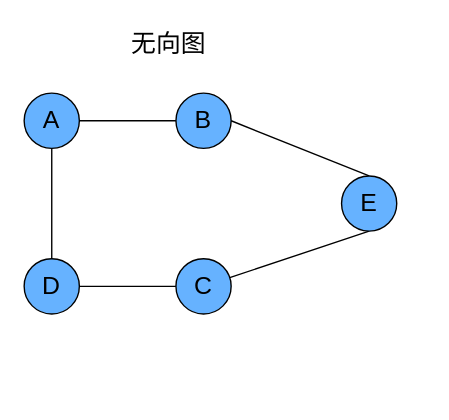
Above: files/data_structure/graph/无向图.drawio in weizhiqimail/draw.io.repo (draw.io), before the change. Source tidied: cells renumbered, new cells numbered last; positions are measured from the earlier drawing's top-left corner, leaving out a move shared by most shapes. Both pictures are drawn from the tidied source at 138%, with x=0, y=0 at pixel (23, 23).
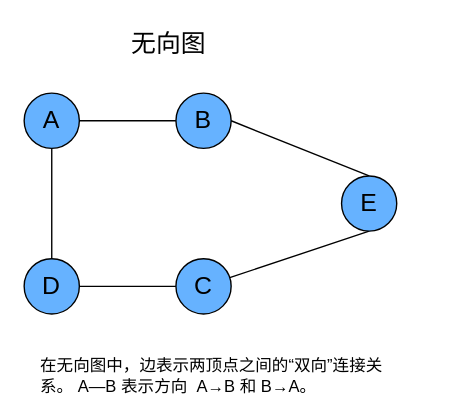
The same diagram, later.

Commit message (it also covers changes not shown here):
更新无向图.drawio

What changed in the source:
```diff
@@
 <mxGraphModel>
   <root>
     <mxCell id="0" />
     <mxCell id="1" parent="0" />
     <mxCell id="2" style="rounded=0;jettySize=auto;html=1;endArrow=none;startFill=0;" parent="1" edge="1" source="4" target="5">
       <mxGeometry relative="1" as="geometry" />
     </mxCell>
     <mxCell id="3" style="edgeStyle=none;rounded=0;jettySize=auto;html=1;endArrow=none;startFill=0;" parent="1" edge="1" source="4" target="7">
       <mxGeometry relative="1" as="geometry" />
     </mxCell>
     <mxCell id="4" value="&lt;font style=&quot;color: rgb(0, 0, 0); font-size: 18px;&quot;&gt;A&lt;/font&gt;" style="ellipse;whiteSpace=wrap;html=1;fillColor=#66B2FF;" parent="1" vertex="1">
       <mxGeometry y="50" width="40" height="40" as="geometry" />
     </mxCell>
     <mxCell id="5" value="&lt;font style=&quot;color: rgb(0, 0, 0); font-size: 18px;&quot;&gt;B&lt;/font&gt;" style="ellipse;whiteSpace=wrap;html=1;fillColor=#66B2FF;" parent="1" vertex="1">
       <mxGeometry x="110" y="50" width="40" height="40" as="geometry" />
     </mxCell>
     <mxCell id="6" style="edgeStyle=none;rounded=0;jettySize=auto;html=1;endArrow=none;startFill=0;" parent="1" edge="1" source="7" target="9">
       <mxGeometry relative="1" as="geometry" />
     </mxCell>
     <mxCell id="7" value="&lt;font style=&quot;color: rgb(0, 0, 0); font-size: 18px;&quot;&gt;D&lt;/font&gt;" style="ellipse;whiteSpace=wrap;html=1;fillColor=#66B2FF;" parent="1" vertex="1">
       <mxGeometry y="170" width="40" height="40" as="geometry" />
     </mxCell>
     <mxCell id="8" style="rounded=0;jettySize=auto;html=1;entryX=0.5;entryY=1;entryDx=0;entryDy=0;endArrow=none;startFill=0;" parent="1" edge="1" source="9" target="12">
       <mxGeometry relative="1" as="geometry" />
     </mxCell>
     <mxCell id="9" value="&lt;font style=&quot;color: rgb(0, 0, 0); font-size: 18px;&quot;&gt;C&lt;/font&gt;" style="ellipse;whiteSpace=wrap;html=1;fillColor=#66B2FF;" parent="1" vertex="1">
       <mxGeometry x="110" y="170" width="40" height="40" as="geometry" />
     </mxCell>
     <mxCell id="10" value="&lt;font style=&quot;font-size: 18px;&quot;&gt;无向图&lt;/font&gt;" style="text;html=1;align=center;verticalAlign=middle;whiteSpace=wrap;rounded=0;" parent="1" vertex="1">
       <mxGeometry x="40" width="130" height="30" as="geometry" />
     </mxCell>
     <mxCell id="11" style="rounded=0;jettySize=auto;html=1;exitX=0.5;exitY=0;exitDx=0;exitDy=0;entryX=1;entryY=0.5;entryDx=0;entryDy=0;endArrow=none;startFill=0;" parent="1" edge="1" source="12" target="5">
       <mxGeometry relative="1" as="geometry" />
     </mxCell>
     <mxCell id="12" value="&lt;span style=&quot;font-size: 18px;&quot;&gt;E&lt;/span&gt;" style="ellipse;whiteSpace=wrap;html=1;fillColor=#66B2FF;" parent="1" vertex="1">
       <mxGeometry x="230" y="110" width="40" height="40" as="geometry" />
     </mxCell>
+    <mxCell id="13" value="&lt;span&gt;在无向图中，边表示两顶点之间的“双向”连接关系。&lt;/span&gt;&amp;nbsp;A—B 表示方向&amp;nbsp; A→B 和 B→A。" style="text;html=1;align=left;verticalAlign=middle;whiteSpace=wrap;rounded=0;fontSize=12;" parent="1" vertex="1">
+      <mxGeometry x="10" y="240" width="280" height="30" as="geometry" />
+    </mxCell>
   </root>
 </mxGraphModel>
```
